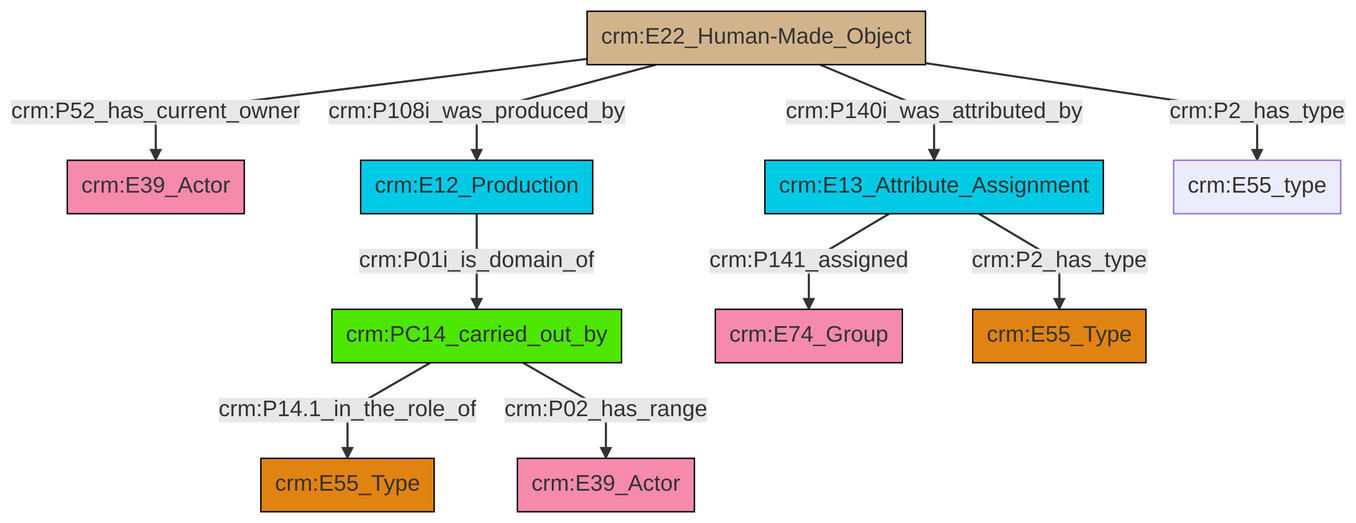
The Mermaid diagram et/builtWorkCSV/ttl/mmd/png/Built_Work_actor_relations.png in swiss-art-research-net/reference-data-models, before a commit. Its source is kept beside it as et/builtWorkCSV/ttl/mmd/Built_Work_actor_relations.ttl.mmd.
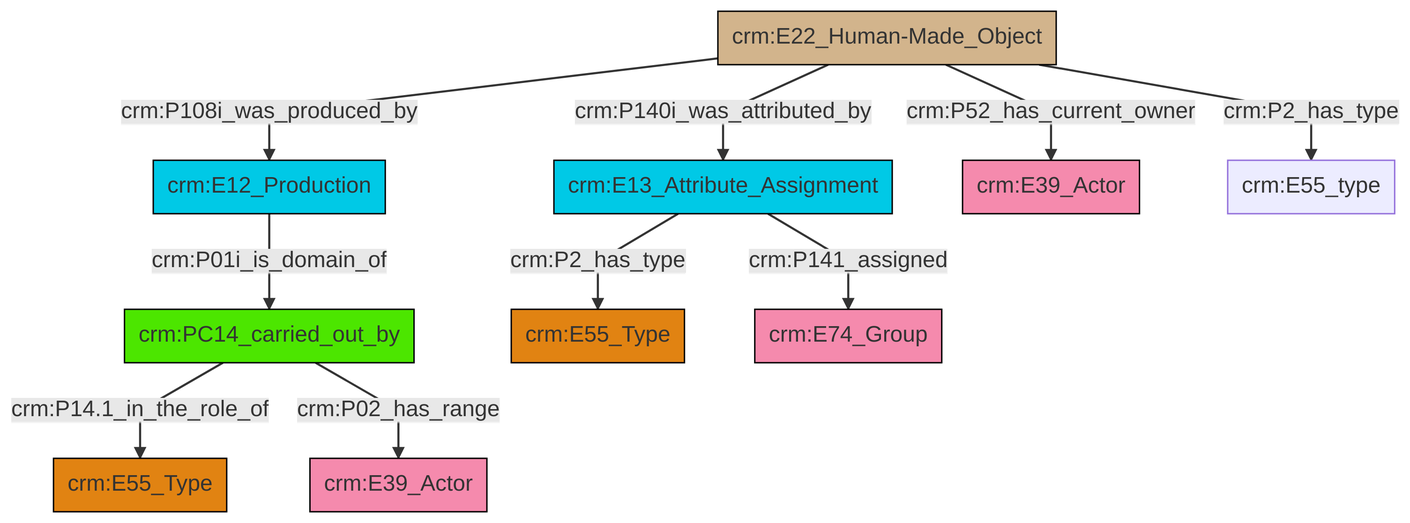
The same diagram one commit later.

Change to the diagram source:
```diff
@@ -13,12 +13,12 @@
 classDef PC_Classes fill:#4ce600, stroke:#000000;
 classDef Multi fill:#cccccc,stroke:#000000;
 
-0["crm:PC14_carried_out_by"]:::PC_Classes -->|crm:P14.1_in_the_role_of| 1["crm:E55_Type"]:::Type
-2["crm:E22_Human-Made_Object"]:::Physical_Thing -->|crm:P52_has_current_owner| 3["crm:E39_Actor"]:::Actor
-2["crm:E22_Human-Made_Object"]:::Physical_Thing -->|crm:P140i_was_attributed_by| 8["crm:E13_Attribute_Assignment"]:::Temporal_Entity
-0["crm:PC14_carried_out_by"]:::PC_Classes -->|crm:P02_has_range| 10["crm:E39_Actor"]:::Actor
-6["crm:E12_Production"]:::Temporal_Entity -->|crm:P01i_is_domain_of| 0["crm:PC14_carried_out_by"]:::PC_Classes
-2["crm:E22_Human-Made_Object"]:::Physical_Thing -->|crm:P108i_was_produced_by| 6["crm:E12_Production"]:::Temporal_Entity
-8["crm:E13_Attribute_Assignment"]:::Temporal_Entity -->|crm:P141_assigned| 4["crm:E74_Group"]:::Actor
-8["crm:E13_Attribute_Assignment"]:::Temporal_Entity -->|crm:P2_has_type| 16["crm:E55_Type"]:::Type
-2["crm:E22_Human-Made_Object"]:::Physical_Thing -->|crm:P2_has_type| 14["crm:E55_type"]:::Default
+2["crm:PC14_carried_out_by"]:::PC_Classes -->|crm:P14.1_in_the_role_of| 3["crm:E55_Type"]:::Type
+7["crm:E13_Attribute_Assignment"]:::Temporal_Entity -->|crm:P2_has_type| 8["crm:E55_Type"]:::Type
+12["crm:E22_Human-Made_Object"]:::Physical_Thing -->|crm:P108i_was_produced_by| 13["crm:E12_Production"]:::Temporal_Entity
+2["crm:PC14_carried_out_by"]:::PC_Classes -->|crm:P02_has_range| 4["crm:E39_Actor"]:::Actor
+12["crm:E22_Human-Made_Object"]:::Physical_Thing -->|crm:P140i_was_attributed_by| 7["crm:E13_Attribute_Assignment"]:::Temporal_Entity
+13["crm:E12_Production"]:::Temporal_Entity -->|crm:P01i_is_domain_of| 2["crm:PC14_carried_out_by"]:::PC_Classes
+12["crm:E22_Human-Made_Object"]:::Physical_Thing -->|crm:P52_has_current_owner| 15["crm:E39_Actor"]:::Actor
+7["crm:E13_Attribute_Assignment"]:::Temporal_Entity -->|crm:P141_assigned| 0["crm:E74_Group"]:::Actor
+12["crm:E22_Human-Made_Object"]:::Physical_Thing -->|crm:P2_has_type| 17["crm:E55_type"]:::Default
```
